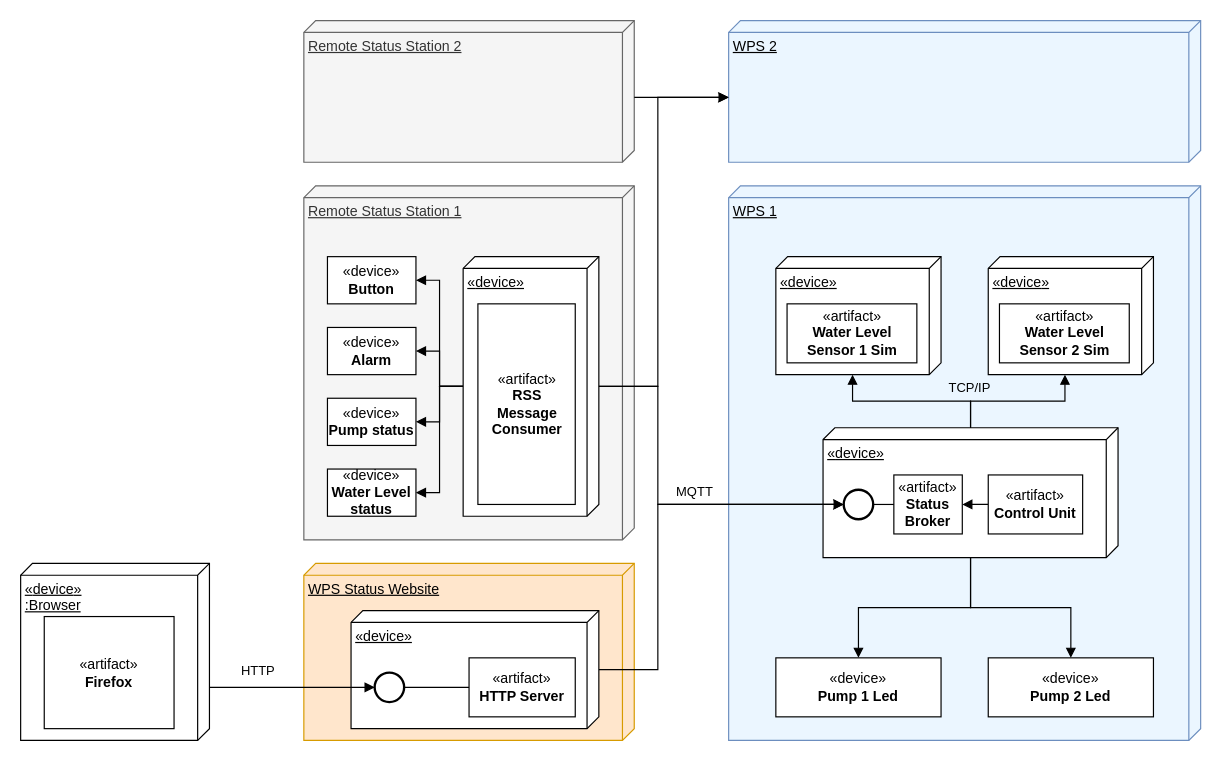
mendes-r/mescc-cslab keeps this draw.io diagram as delivery-1/deployment-diagram-WPS.drawio. Above is the earlier version. Source tidied: cells renumbered, new cells numbered last; positions are measured from the earlier drawing's top-left corner, leaving out a move shared by most shapes. Both pictures are drawn from the tidied source at 118%, with x=0, y=0 at pixel (20, 20).
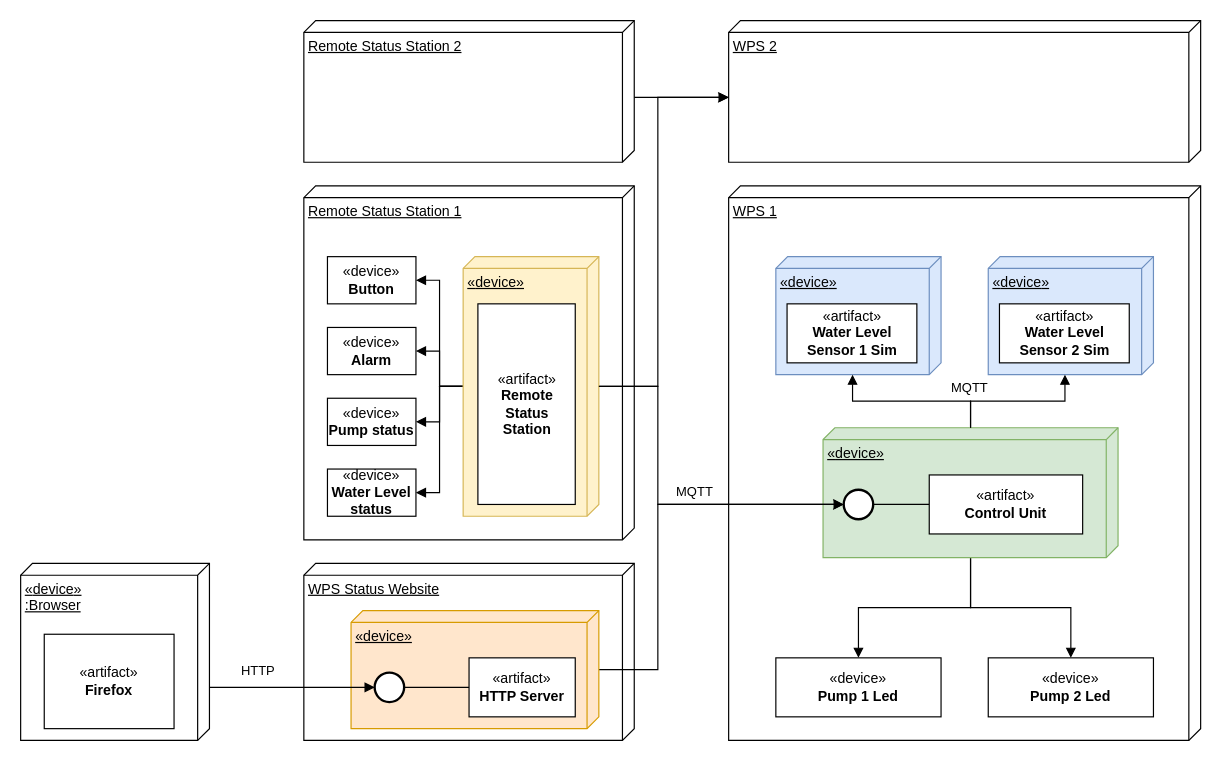
After the change.

The change refers to these unchanged cells:
```xml
<mxCell id="16" style="edgeStyle=orthogonalEdgeStyle;rounded=0;jettySize=auto;html=1;entryX=0;entryY=0;entryDx=100;entryDy=75;entryPerimeter=0;endArrow=block;endFill=1;" parent="1" edge="1" source="6" target="9">
  <mxGeometry relative="1" as="geometry" />
</mxCell>
<mxCell id="20" style="ellipse;whiteSpace=wrap;html=1;strokeWidth=2;" parent="1" vertex="1">
  <mxGeometry x="697.5" y="397.5" width="25" height="25" as="geometry" />
</mxCell>
```

Diff of the diagram source:
```diff
@@
-    <mxCell id="2" value="Remote Status Station 1" style="verticalAlign=top;align=left;spacingTop=8;spacingLeft=2;spacingRight=12;shape=cube;size=10;direction=south;fontStyle=4;html=1;whiteSpace=wrap;fillColor=#f5f5f5;fontColor=#333333;strokeColor=#666666;" parent="1" vertex="1">
+    <mxCell id="2" value="Remote Status Station 1" style="verticalAlign=top;align=left;spacingTop=8;spacingLeft=2;spacingRight=12;shape=cube;size=10;direction=south;fontStyle=4;html=1;whiteSpace=wrap;" parent="1" vertex="1">
       <mxGeometry x="240" y="140" width="280" height="300" as="geometry" />
     </mxCell>
-    <mxCell id="3" value="WPS 1" style="verticalAlign=top;align=left;spacingTop=8;spacingLeft=2;spacingRight=12;shape=cube;size=10;direction=south;fontStyle=4;html=1;whiteSpace=wrap;fillColor=#EBF6FF;strokeColor=#6c8ebf;" parent="1" vertex="1">
+    <mxCell id="3" value="WPS 1" style="verticalAlign=top;align=left;spacingTop=8;spacingLeft=2;spacingRight=12;shape=cube;size=10;direction=south;fontStyle=4;html=1;whiteSpace=wrap;" parent="1" vertex="1">
       <mxGeometry x="600" y="140" width="400" height="470" as="geometry" />
     </mxCell>
@@
-    <mxCell id="6" value="«&lt;span style=&quot;background-color: initial;&quot;&gt;device&lt;/span&gt;»" style="verticalAlign=top;align=left;spacingTop=8;spacingLeft=2;spacingRight=12;shape=cube;size=10;direction=south;fontStyle=4;html=1;whiteSpace=wrap;" parent="1" vertex="1">
+    <mxCell id="6" value="«&lt;span style=&quot;background-color: initial;&quot;&gt;device&lt;/span&gt;»" style="verticalAlign=top;align=left;spacingTop=8;spacingLeft=2;spacingRight=12;shape=cube;size=10;direction=south;fontStyle=4;html=1;whiteSpace=wrap;fillColor=#d5e8d4;strokeColor=#82b366;" parent="1" vertex="1">
       <mxGeometry x="680" y="345" width="250" height="110" as="geometry" />
     </mxCell>
-    <mxCell id="7" style="edgeStyle=orthogonalEdgeStyle;rounded=0;jettySize=auto;html=1;entryX=0;entryY=0.5;entryDx=0;entryDy=0;startArrow=block;startFill=1;endArrow=none;endFill=0;" parent="1" edge="1" source="8" target="33">
+    <mxCell id="7" style="edgeStyle=orthogonalEdgeStyle;rounded=0;jettySize=auto;html=1;entryX=0;entryY=0.5;entryDx=0;entryDy=0;startArrow=none;startFill=0;endArrow=none;endFill=0;exitX=1;exitY=0.5;exitDx=0;exitDy=0;" parent="1" edge="1" source="20" target="33">
       <mxGeometry relative="1" as="geometry" />
     </mxCell>
-    <mxCell id="8" value="«artifact»&lt;br&gt;&lt;b&gt;Status Broker&lt;/b&gt;" style="html=1;whiteSpace=wrap;" parent="1" vertex="1">
-      <mxGeometry x="740" y="385" width="58" height="50" as="geometry" />
-    </mxCell>
-    <mxCell id="9" value="«&lt;span style=&quot;background-color: initial;&quot;&gt;device&lt;/span&gt;»" style="verticalAlign=top;align=left;spacingTop=8;spacingLeft=2;spacingRight=12;shape=cube;size=10;direction=south;fontStyle=4;html=1;whiteSpace=wrap;" parent="1" vertex="1">
+    <mxCell id="9" value="«&lt;span style=&quot;background-color: initial;&quot;&gt;device&lt;/span&gt;»" style="verticalAlign=top;align=left;spacingTop=8;spacingLeft=2;spacingRight=12;shape=cube;size=10;direction=south;fontStyle=4;html=1;whiteSpace=wrap;fillColor=#dae8fc;strokeColor=#6c8ebf;" parent="1" vertex="1">
       <mxGeometry x="640" y="200" width="140" height="100" as="geometry" />
     </mxCell>
@@
-    <mxCell id="11" value="«&lt;span style=&quot;background-color: initial;&quot;&gt;device&lt;/span&gt;»" style="verticalAlign=top;align=left;spacingTop=8;spacingLeft=2;spacingRight=12;shape=cube;size=10;direction=south;fontStyle=4;html=1;whiteSpace=wrap;" parent="1" vertex="1">
+    <mxCell id="11" value="«&lt;span style=&quot;background-color: initial;&quot;&gt;device&lt;/span&gt;»" style="verticalAlign=top;align=left;spacingTop=8;spacingLeft=2;spacingRight=12;shape=cube;size=10;direction=south;fontStyle=4;html=1;whiteSpace=wrap;fillColor=#dae8fc;strokeColor=#6c8ebf;" parent="1" vertex="1">
       <mxGeometry x="820" y="200" width="140" height="100" as="geometry" />
     </mxCell>
@@
-    <mxCell id="15" value="WPS 2" style="verticalAlign=top;align=left;spacingTop=8;spacingLeft=2;spacingRight=12;shape=cube;size=10;direction=south;fontStyle=4;html=1;whiteSpace=wrap;fillColor=#EBF6FF;strokeColor=#6c8ebf;" parent="1" vertex="1">
+    <mxCell id="15" value="WPS 2" style="verticalAlign=top;align=left;spacingTop=8;spacingLeft=2;spacingRight=12;shape=cube;size=10;direction=south;fontStyle=4;html=1;whiteSpace=wrap;" parent="1" vertex="1">
       <mxGeometry x="600" width="400" height="120" as="geometry" />
     </mxCell>
@@
-    <mxCell id="17" value="TCP/IP" style="edgeLabel;html=1;align=center;verticalAlign=middle;labelBackgroundColor=none;" parent="16" vertex="1">
+    <mxCell id="17" value="MQTT" style="edgeLabel;html=1;align=center;verticalAlign=middle;labelBackgroundColor=none;" parent="16" vertex="1">
       <mxGeometry x="-0.35" y="2" relative="1" as="geometry">
         <mxPoint x="23" y="-14" as="offset" />
       </mxGeometry>
     </mxCell>
@@
-    <mxCell id="19" style="edgeStyle=orthogonalEdgeStyle;rounded=0;jettySize=auto;html=1;endArrow=none;endFill=0;" parent="1" edge="1" source="20" target="8">
-      <mxGeometry relative="1" as="geometry">
-        <Array as="points">
-          <mxPoint x="740" y="420" />
-          <mxPoint x="740" y="420" />
-        </Array>
-      </mxGeometry>
-    </mxCell>
@@
-    <mxCell id="27" value="«&lt;span style=&quot;background-color: initial;&quot;&gt;device&lt;/span&gt;»" style="verticalAlign=top;align=left;spacingTop=8;spacingLeft=2;spacingRight=12;shape=cube;size=10;direction=south;fontStyle=4;html=1;whiteSpace=wrap;" parent="1" vertex="1">
+    <mxCell id="27" value="«&lt;span style=&quot;background-color: initial;&quot;&gt;device&lt;/span&gt;»" style="verticalAlign=top;align=left;spacingTop=8;spacingLeft=2;spacingRight=12;shape=cube;size=10;direction=south;fontStyle=4;html=1;whiteSpace=wrap;fillColor=#fff2cc;strokeColor=#d6b656;" parent="1" vertex="1">
       <mxGeometry x="375" y="200" width="115" height="220" as="geometry" />
     </mxCell>
-    <mxCell id="28" value="«artifact»&lt;br&gt;&lt;b&gt;RSS &lt;br&gt;Message Consumer&lt;/b&gt;" style="html=1;whiteSpace=wrap;" parent="1" vertex="1">
+    <mxCell id="28" value="«artifact»&lt;br&gt;&lt;b&gt;Remote Status &lt;br&gt;Station&lt;br&gt;&lt;/b&gt;" style="html=1;whiteSpace=wrap;" parent="1" vertex="1">
       <mxGeometry x="387.5" y="240" width="82.5" height="170" as="geometry" />
     </mxCell>
@@
     <mxCell id="33" value="«artifact»&lt;br&gt;&lt;b&gt;Control Unit&lt;/b&gt;" style="html=1;whiteSpace=wrap;" parent="1" vertex="1">
-      <mxGeometry x="820" y="385" width="80" height="50" as="geometry" />
+      <mxGeometry x="770" y="385" width="130" height="50" as="geometry" />
     </mxCell>
-    <mxCell id="34" value="Remote Status Station 2" style="verticalAlign=top;align=left;spacingTop=8;spacingLeft=2;spacingRight=12;shape=cube;size=10;direction=south;fontStyle=4;html=1;whiteSpace=wrap;fillColor=#f5f5f5;fontColor=#333333;strokeColor=#666666;" parent="1" vertex="1">
+    <mxCell id="34" value="Remote Status Station 2" style="verticalAlign=top;align=left;spacingTop=8;spacingLeft=2;spacingRight=12;shape=cube;size=10;direction=south;fontStyle=4;html=1;whiteSpace=wrap;" parent="1" vertex="1">
       <mxGeometry x="240" width="280" height="120" as="geometry" />
     </mxCell>
-    <mxCell id="35" value="WPS Status Website" style="verticalAlign=top;align=left;spacingTop=8;spacingLeft=2;spacingRight=12;shape=cube;size=10;direction=south;fontStyle=4;html=1;whiteSpace=wrap;fillColor=#ffe6cc;strokeColor=#d79b00;" parent="1" vertex="1">
+    <mxCell id="35" value="WPS Status Website" style="verticalAlign=top;align=left;spacingTop=8;spacingLeft=2;spacingRight=12;shape=cube;size=10;direction=south;fontStyle=4;html=1;whiteSpace=wrap;" parent="1" vertex="1">
       <mxGeometry x="240" y="460" width="280" height="150" as="geometry" />
     </mxCell>
@@
-    <mxCell id="37" value="«&lt;span style=&quot;background-color: initial;&quot;&gt;device&lt;/span&gt;»" style="verticalAlign=top;align=left;spacingTop=8;spacingLeft=2;spacingRight=12;shape=cube;size=10;direction=south;fontStyle=4;html=1;whiteSpace=wrap;" parent="1" vertex="1">
+    <mxCell id="37" value="«&lt;span style=&quot;background-color: initial;&quot;&gt;device&lt;/span&gt;»" style="verticalAlign=top;align=left;spacingTop=8;spacingLeft=2;spacingRight=12;shape=cube;size=10;direction=south;fontStyle=4;html=1;whiteSpace=wrap;fillColor=#ffe6cc;strokeColor=#d79b00;" parent="1" vertex="1">
       <mxGeometry x="280" y="500" width="210" height="100" as="geometry" />
     </mxCell>
@@
     <mxCell id="42" value="«artifact»&lt;br&gt;&lt;b&gt;Firefox&lt;/b&gt;" style="html=1;whiteSpace=wrap;" parent="1" vertex="1">
-      <mxGeometry x="20" y="505" width="110" height="95" as="geometry" />
+      <mxGeometry x="20" y="520" width="110" height="80" as="geometry" />
     </mxCell>
```
